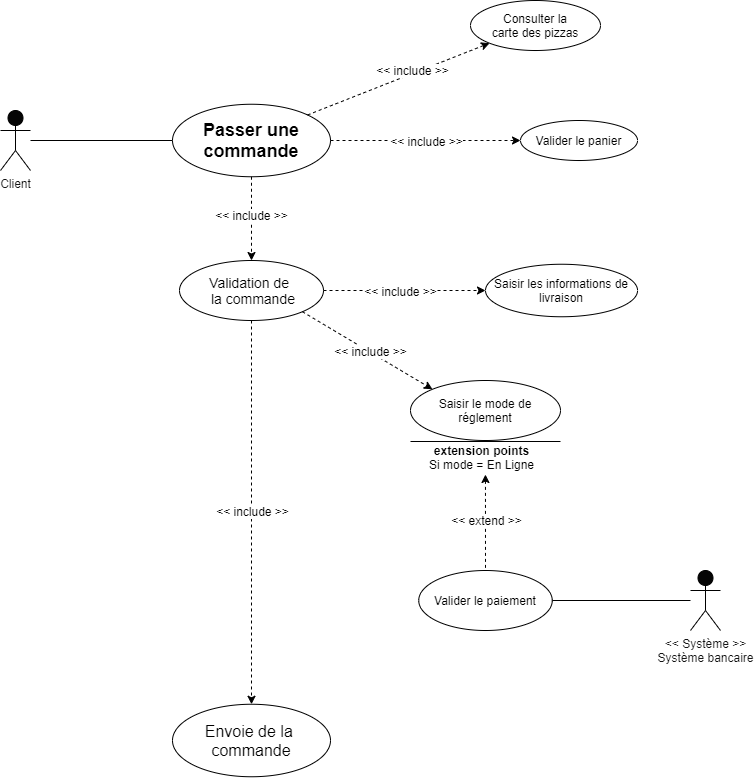
Earlier version of the draw.io export Diag_GestionDesCommandes/Client/usecase_GestionCommandes_CLI.png (Eidocode/OC_Project4). Source tidied: cells renumbered, new cells last; positions are measured from the earlier drawing's top-left corner, leaving out a move shared by most shapes.
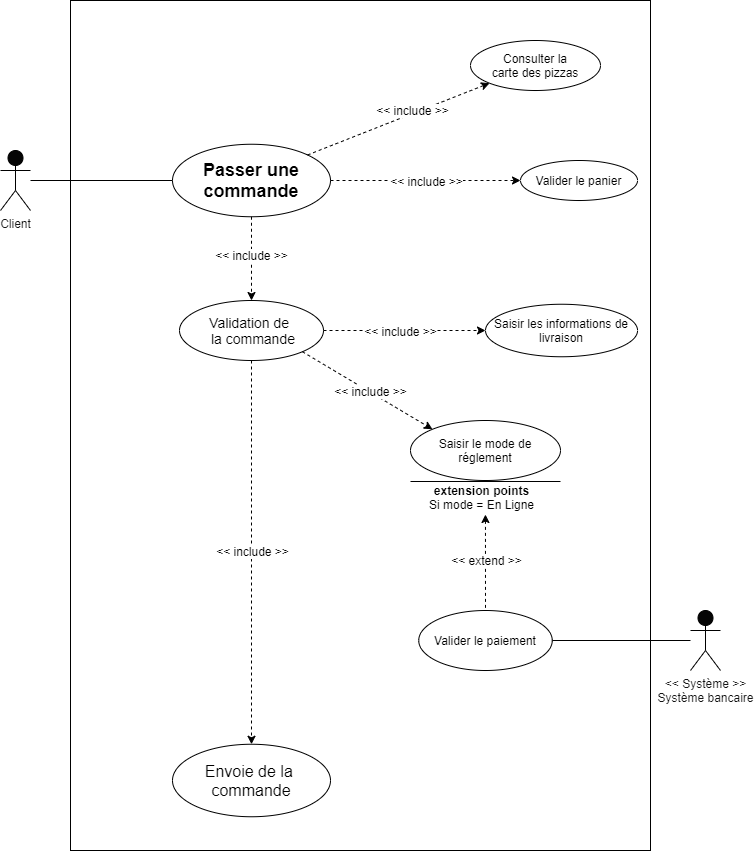
The same file after the commit.

Diff of the diagram source:
```diff
@@ -2,6 +2,9 @@
   <root>
     <mxCell id="0" />
     <mxCell id="1" parent="0" />
+    <mxCell id="30" style="rounded=0;whiteSpace=wrap;html=1;fillColor=none;" parent="1" vertex="1">
+      <mxGeometry x="70" y="-40" width="580" height="850" as="geometry" />
+    </mxCell>
     <mxCell id="2" value="Client" style="shape=umlActor;verticalLabelPosition=bottom;labelBackgroundColor=#ffffff;verticalAlign=top;html=1;fillColor=#050505;fontSize=12;fontColor=#141414;align=center;" parent="1" vertex="1">
       <mxGeometry y="110" width="30" height="60" as="geometry" />
     </mxCell>
```
